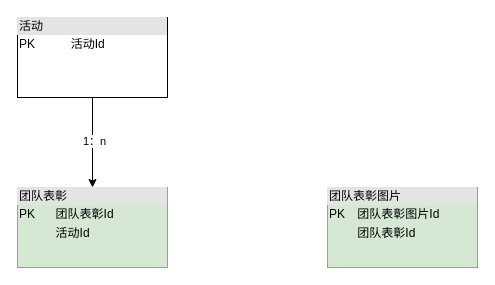
Before: 23_11迭代.drawio in mozhu33/Diagrams, a draw.io diagram. Source tidied: cells renumbered, new cells numbered last; positions are measured from the earlier drawing's top-left corner, leaving out a move shared by most shapes. Both pictures are drawn from the tidied source at 100%, with x=0, y=0 at pixel (17, 17).
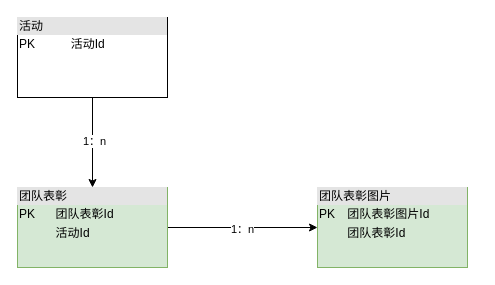
Above is the later version.

What changed in the source:
```diff
@@
 <mxGraphModel>
   <root>
     <mxCell id="0" />
     <mxCell id="1" parent="0" />
+    <mxCell id="7" style="edgeStyle=orthogonalEdgeStyle;rounded=0;jettySize=auto;html=1;entryX=0;entryY=0.5;entryDx=0;entryDy=0;" parent="1" edge="1" source="2" target="3">
+      <mxGeometry relative="1" as="geometry" />
+    </mxCell>
+    <mxCell id="8" value="1：n" style="edgeLabel;html=1;align=center;verticalAlign=middle;" parent="7" vertex="1">
+      <mxGeometry x="-0.02" y="-1" relative="1" as="geometry" />
+    </mxCell>
     <mxCell id="2" value="&lt;div style=&quot;box-sizing:border-box;width:100%;background:#e4e4e4;padding:2px;&quot;&gt;团队表彰&lt;/div&gt;&lt;table style=&quot;width:100%;font-size:1em;&quot; cellpadding=&quot;2&quot; cellspacing=&quot;0&quot;&gt;&lt;tbody&gt;&lt;tr&gt;&lt;td&gt;PK&lt;/td&gt;&lt;td&gt;团队表彰Id&lt;/td&gt;&lt;/tr&gt;&lt;tr&gt;&lt;td&gt;&lt;/td&gt;&lt;td&gt;活动Id&lt;/td&gt;&lt;/tr&gt;&lt;tr&gt;&lt;td&gt;&lt;/td&gt;&lt;td&gt;&lt;br&gt;&lt;/td&gt;&lt;/tr&gt;&lt;/tbody&gt;&lt;/table&gt;" style="verticalAlign=top;align=left;overflow=fill;html=1;whiteSpace=wrap;fillColor=#d5e8d4;strokeColor=#82b366;" parent="1" vertex="1">
       <mxGeometry y="170" width="150" height="80" as="geometry" />
     </mxCell>
     <mxCell id="3" value="&lt;div style=&quot;box-sizing:border-box;width:100%;background:#e4e4e4;padding:2px;&quot;&gt;团队表彰图片&lt;/div&gt;&lt;table style=&quot;width:100%;font-size:1em;&quot; cellpadding=&quot;2&quot; cellspacing=&quot;0&quot;&gt;&lt;tbody&gt;&lt;tr&gt;&lt;td&gt;PK&lt;/td&gt;&lt;td&gt;团队表彰图片Id&lt;/td&gt;&lt;/tr&gt;&lt;tr&gt;&lt;td&gt;&lt;/td&gt;&lt;td&gt;团队表彰Id&lt;/td&gt;&lt;/tr&gt;&lt;tr&gt;&lt;td&gt;&lt;/td&gt;&lt;td&gt;&lt;br&gt;&lt;/td&gt;&lt;/tr&gt;&lt;/tbody&gt;&lt;/table&gt;" style="verticalAlign=top;align=left;overflow=fill;html=1;whiteSpace=wrap;fillColor=#d5e8d4;strokeColor=#82b366;" parent="1" vertex="1">
-      <mxGeometry x="310" y="170" width="150" height="80" as="geometry" />
+      <mxGeometry x="300" y="170" width="150" height="80" as="geometry" />
     </mxCell>
     <mxCell id="4" style="edgeStyle=orthogonalEdgeStyle;rounded=0;jettySize=auto;html=1;" parent="1" edge="1" source="6" target="2">
       <mxGeometry relative="1" as="geometry" />
     </mxCell>
     <mxCell id="5" value="1：n" style="edgeLabel;html=1;align=center;verticalAlign=middle;" parent="4" vertex="1">
       <mxGeometry x="-0.05" y="1" relative="1" as="geometry" />
     </mxCell>
     <mxCell id="6" value="&lt;div style=&quot;box-sizing:border-box;width:100%;background:#e4e4e4;padding:2px;&quot;&gt;活动&lt;/div&gt;&lt;table style=&quot;width:100%;font-size:1em;&quot; cellpadding=&quot;2&quot; cellspacing=&quot;0&quot;&gt;&lt;tbody&gt;&lt;tr&gt;&lt;td&gt;PK&lt;/td&gt;&lt;td&gt;活动Id&lt;/td&gt;&lt;/tr&gt;&lt;tr&gt;&lt;td&gt;&lt;/td&gt;&lt;td&gt;&lt;br&gt;&lt;/td&gt;&lt;/tr&gt;&lt;tr&gt;&lt;td&gt;&lt;/td&gt;&lt;td&gt;&lt;br&gt;&lt;/td&gt;&lt;/tr&gt;&lt;/tbody&gt;&lt;/table&gt;" style="verticalAlign=top;align=left;overflow=fill;html=1;whiteSpace=wrap;" parent="1" vertex="1">
       <mxGeometry width="150" height="80" as="geometry" />
     </mxCell>
   </root>
 </mxGraphModel>
```
